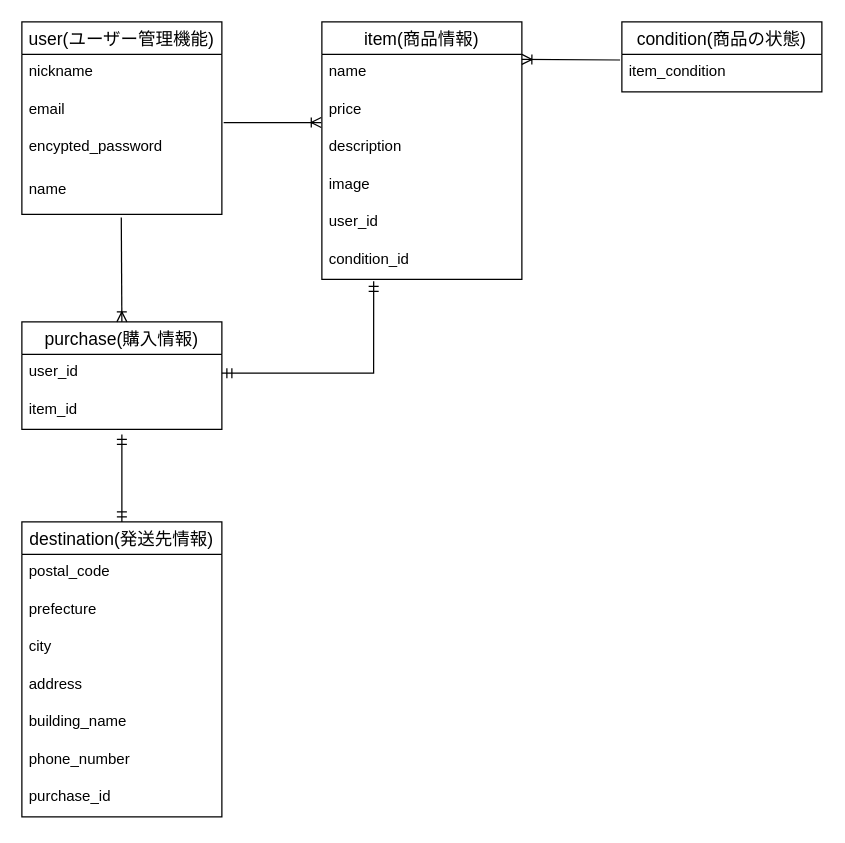
Earlier version of the draw.io diagram furima.dio (syunatsu/furima-37905). Source tidied: cells renumbered, new cells numbered last; positions are measured from the earlier drawing's top-left corner, leaving out a move shared by most shapes. Both pictures are drawn from the tidied source at 125%, with x=0, y=0 at pixel (21, 21).
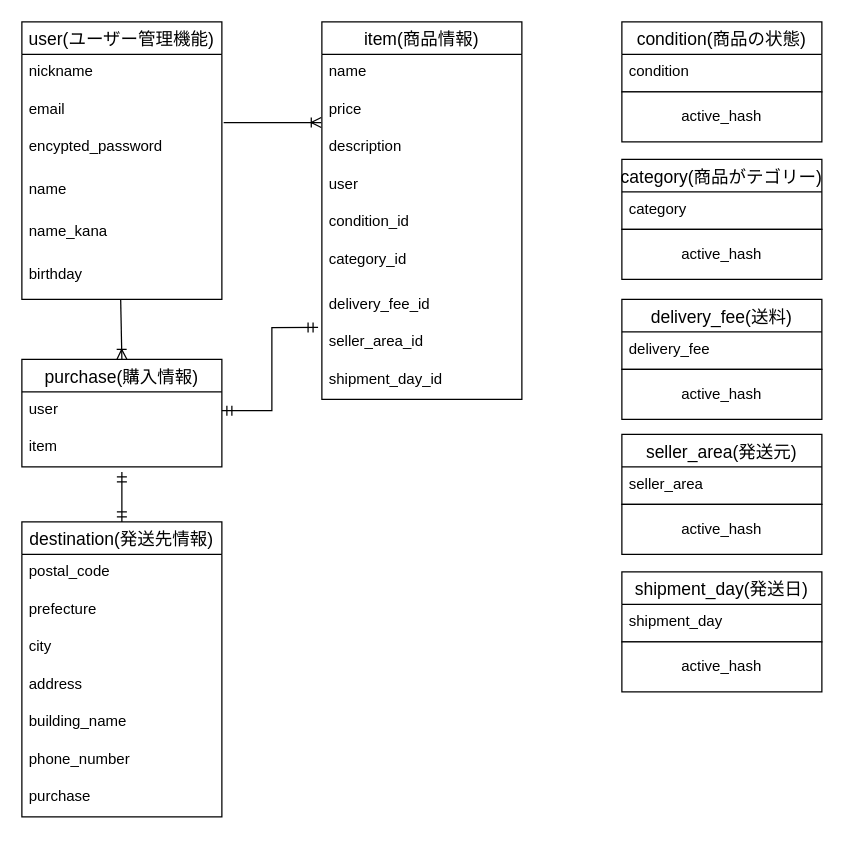
The same page after the edit.

Commit message (it also covers changes not shown here):
ER図及びREAD MEの修正

Unchanged cells that the change refers to:
```xml
<mxCell id="13" value="name" style="text;strokeColor=none;fillColor=none;spacingLeft=4;spacingRight=4;overflow=hidden;points=[[0,0.5],[1,0.5]];portConstraint=eastwest;fontSize=12;" parent="9" vertex="1">
  <mxGeometry y="120" width="160" height="34" as="geometry" />
</mxCell>
<mxCell id="19" value="destination(発送先情報)" style="swimlane;fontStyle=0;horizontal=1;startSize=26;align=center;fontSize=14;" parent="1" vertex="1">
  <mxGeometry y="400" width="160" height="236" as="geometry" />
</mxCell>
```

The edit, as a diff of the source:
```diff
@@
     <mxCell id="2" value="item(商品情報)" style="swimlane;fontStyle=0;horizontal=1;startSize=26;align=center;fontSize=14;" parent="1" vertex="1">
-      <mxGeometry x="240" width="160" height="206" as="geometry" />
+      <mxGeometry x="240" width="160" height="302" as="geometry" />
     </mxCell>
@@
-    <mxCell id="6" value="image" style="text;strokeColor=none;fillColor=none;spacingLeft=4;spacingRight=4;overflow=hidden;fontSize=12;" parent="2" vertex="1">
-      <mxGeometry y="116" width="160" height="30" as="geometry" />
-    </mxCell>
-    <mxCell id="7" value="user_id" style="text;strokeColor=none;fillColor=none;spacingLeft=4;spacingRight=4;overflow=hidden;fontSize=12;" parent="2" vertex="1">
-      <mxGeometry y="146" width="160" height="30" as="geometry" />
+    <mxCell id="7" value="user" style="text;strokeColor=none;fillColor=none;spacingLeft=4;spacingRight=4;overflow=hidden;fontSize=12;" parent="2" vertex="1">
+      <mxGeometry y="116" width="160" height="30" as="geometry" />
     </mxCell>
     <mxCell id="8" value="condition_id" style="text;strokeColor=none;fillColor=none;spacingLeft=4;spacingRight=4;overflow=hidden;points=[[0,0.5],[1,0.5]];portConstraint=eastwest;fontSize=12;" parent="2" vertex="1">
-      <mxGeometry y="176" width="160" height="30" as="geometry" />
+      <mxGeometry y="146" width="160" height="30" as="geometry" />
     </mxCell>
+    <mxCell id="32" value="category_id" style="text;strokeColor=none;fillColor=none;spacingLeft=4;spacingRight=4;overflow=hidden;fontSize=12;" parent="2" vertex="1">
+      <mxGeometry y="176" width="160" height="36" as="geometry" />
+    </mxCell>
+    <mxCell id="33" value="delivery_fee_id" style="text;strokeColor=none;fillColor=none;spacingLeft=4;spacingRight=4;overflow=hidden;fontSize=12;" parent="2" vertex="1">
+      <mxGeometry y="212" width="160" height="30" as="geometry" />
+    </mxCell>
+    <mxCell id="34" value="seller_area_id" style="text;strokeColor=none;fillColor=none;spacingLeft=4;spacingRight=4;overflow=hidden;points=[[0,0.5],[1,0.5]];portConstraint=eastwest;fontSize=12;" parent="2" vertex="1">
+      <mxGeometry y="242" width="160" height="30" as="geometry" />
+    </mxCell>
+    <mxCell id="35" value="shipment_day_id" style="text;strokeColor=none;fillColor=none;spacingLeft=4;spacingRight=4;overflow=hidden;fontSize=12;" parent="2" vertex="1">
+      <mxGeometry y="272" width="160" height="30" as="geometry" />
+    </mxCell>
     <mxCell id="9" value="user(ユーザー管理機能)" style="swimlane;fontStyle=0;horizontal=1;startSize=26;align=center;fontSize=14;" parent="1" vertex="1">
-      <mxGeometry width="160" height="154" as="geometry" />
+      <mxGeometry width="160" height="222" as="geometry" />
     </mxCell>
@@
-    <mxCell id="14" value="condition(商品の状態)" style="swimlane;fontStyle=0;horizontal=1;startSize=26;align=center;fontSize=14;" parent="1" vertex="1">
-      <mxGeometry x="480" width="160" height="56" as="geometry" />
-    </mxCell>
-    <mxCell id="15" value="item_condition" style="text;strokeColor=none;fillColor=none;spacingLeft=4;spacingRight=4;overflow=hidden;points=[[0,0.5],[1,0.5]];portConstraint=eastwest;fontSize=12;" parent="14" vertex="1">
-      <mxGeometry y="26" width="160" height="30" as="geometry" />
-    </mxCell>
+    <mxCell id="36" value="name_kana" style="text;strokeColor=none;fillColor=none;spacingLeft=4;spacingRight=4;overflow=hidden;fontSize=12;" parent="9" vertex="1">
+      <mxGeometry y="154" width="160" height="34" as="geometry" />
+    </mxCell>
+    <mxCell id="37" value="birthday" style="text;strokeColor=none;fillColor=none;spacingLeft=4;spacingRight=4;overflow=hidden;points=[[0,0.5],[1,0.5]];portConstraint=eastwest;fontSize=12;" parent="9" vertex="1">
+      <mxGeometry y="188" width="160" height="34" as="geometry" />
+    </mxCell>
     <mxCell id="16" value="purchase(購入情報)" style="swimlane;fontStyle=0;horizontal=1;startSize=26;align=center;fontSize=14;" parent="1" vertex="1">
-      <mxGeometry y="240" width="160" height="86" as="geometry" />
+      <mxGeometry y="270" width="160" height="86" as="geometry" />
     </mxCell>
-    <mxCell id="17" value="user_id" style="text;strokeColor=none;fillColor=none;spacingLeft=4;spacingRight=4;overflow=hidden;points=[[0,0.5],[1,0.5]];portConstraint=eastwest;fontSize=12;" parent="16" vertex="1">
+    <mxCell id="17" value="user" style="text;strokeColor=none;fillColor=none;spacingLeft=4;spacingRight=4;overflow=hidden;points=[[0,0.5],[1,0.5]];portConstraint=eastwest;fontSize=12;" parent="16" vertex="1">
       <mxGeometry y="26" width="160" height="30" as="geometry" />
     </mxCell>
-    <mxCell id="18" value="item_id" style="text;strokeColor=none;fillColor=none;spacingLeft=4;spacingRight=4;overflow=hidden;fontSize=12;" parent="16" vertex="1">
+    <mxCell id="18" value="item" style="text;strokeColor=none;fillColor=none;spacingLeft=4;spacingRight=4;overflow=hidden;fontSize=12;" parent="16" vertex="1">
       <mxGeometry y="56" width="160" height="30" as="geometry" />
     </mxCell>
@@
-    <mxCell id="26" value="purchase_id" style="text;strokeColor=none;fillColor=none;spacingLeft=4;spacingRight=4;overflow=hidden;fontSize=12;" parent="19" vertex="1">
+    <mxCell id="26" value="purchase" style="text;strokeColor=none;fillColor=none;spacingLeft=4;spacingRight=4;overflow=hidden;fontSize=12;" parent="19" vertex="1">
       <mxGeometry y="206" width="160" height="30" as="geometry" />
     </mxCell>
@@
-    <mxCell id="28" style="fontSize=12;html=1;endArrow=ERoneToMany;exitX=-0.009;exitY=0.15;exitDx=0;exitDy=0;exitPerimeter=0;endFill=0;" parent="1" edge="1" source="15">
-      <mxGeometry relative="1" as="geometry">
-        <mxPoint x="400" y="30" as="targetPoint" />
-      </mxGeometry>
-    </mxCell>
-    <mxCell id="29" style="edgeStyle=orthogonalEdgeStyle;fontSize=12;html=1;endArrow=ERmandOne;startArrow=ERmandOne;exitX=1;exitY=0.5;exitDx=0;exitDy=0;entryX=0.259;entryY=1.05;entryDx=0;entryDy=0;entryPerimeter=0;rounded=0;" parent="1" edge="1" source="17" target="8">
+    <mxCell id="29" style="edgeStyle=orthogonalEdgeStyle;fontSize=12;html=1;endArrow=ERmandOne;startArrow=ERmandOne;exitX=1;exitY=0.5;exitDx=0;exitDy=0;rounded=0;entryX=-0.019;entryY=0.083;entryDx=0;entryDy=0;entryPerimeter=0;" parent="1" edge="1" source="17" target="34">
       <mxGeometry relative="1" as="geometry">
         <Array as="points">
-          <mxPoint x="281" y="281" />
+          <mxPoint x="200" y="311" />
+          <mxPoint x="200" y="245" />
         </Array>
       </mxGeometry>
     </mxCell>
-    <mxCell id="30" style="fontSize=12;html=1;endArrow=ERoneToMany;rounded=0;exitX=0.497;exitY=1.074;exitDx=0;exitDy=0;exitPerimeter=0;entryX=0.5;entryY=0;entryDx=0;entryDy=0;" parent="1" edge="1" source="13" target="16">
+    <mxCell id="30" style="fontSize=12;html=1;endArrow=ERoneToMany;rounded=0;entryX=0.5;entryY=0;entryDx=0;entryDy=0;exitX=0.494;exitY=1;exitDx=0;exitDy=0;exitPerimeter=0;" parent="1" edge="1" source="37" target="16">
       <mxGeometry relative="1" as="geometry" />
     </mxCell>
     <mxCell id="31" style="fontSize=12;html=1;endArrow=ERmandOne;startArrow=ERmandOne;rounded=0;entryX=0.5;entryY=0;entryDx=0;entryDy=0;" parent="1" edge="1" target="19">
       <mxGeometry relative="1" as="geometry">
-        <mxPoint x="80" y="330" as="sourcePoint" />
+        <mxPoint x="80" y="360" as="sourcePoint" />
       </mxGeometry>
     </mxCell>
+    <mxCell id="38" style="group;" parent="1" vertex="1">
+      <mxGeometry x="480" width="160" height="96" as="geometry" />
+    </mxCell>
+    <mxCell id="14" value="condition(商品の状態)" style="swimlane;fontStyle=0;horizontal=1;startSize=26;align=center;fontSize=14;" parent="38" vertex="1">
+      <mxGeometry width="160" height="56" as="geometry" />
+    </mxCell>
+    <mxCell id="15" value="condition" style="text;strokeColor=none;fillColor=none;spacingLeft=4;spacingRight=4;overflow=hidden;points=[[0,0.5],[1,0.5]];portConstraint=eastwest;fontSize=12;" parent="14" vertex="1">
+      <mxGeometry y="26" width="160" height="30" as="geometry" />
+    </mxCell>
+    <mxCell id="39" value="active_hash" style="whiteSpace=wrap;html=1;align=center;" parent="38" vertex="1">
+      <mxGeometry y="56" width="160" height="40" as="geometry" />
+    </mxCell>
+    <mxCell id="40" style="group;" parent="1" vertex="1">
+      <mxGeometry x="480" y="110" width="160" height="96" as="geometry" />
+    </mxCell>
+    <mxCell id="41" value="category(商品がテゴリー)" style="swimlane;fontStyle=0;horizontal=1;startSize=26;align=center;fontSize=14;" parent="40" vertex="1">
+      <mxGeometry width="160" height="56" as="geometry" />
+    </mxCell>
+    <mxCell id="42" value="category" style="text;strokeColor=none;fillColor=none;spacingLeft=4;spacingRight=4;overflow=hidden;fontSize=12;" parent="41" vertex="1">
+      <mxGeometry y="26" width="160" height="30" as="geometry" />
+    </mxCell>
+    <mxCell id="43" value="active_hash" style="whiteSpace=wrap;html=1;align=center;" parent="40" vertex="1">
+      <mxGeometry y="56" width="160" height="40" as="geometry" />
+    </mxCell>
+    <mxCell id="44" style="group;" parent="1" vertex="1">
+      <mxGeometry x="480" y="222" width="160" height="96" as="geometry" />
+    </mxCell>
+    <mxCell id="45" value="delivery_fee(送料)" style="swimlane;fontStyle=0;horizontal=1;startSize=26;align=center;fontSize=14;" parent="44" vertex="1">
+      <mxGeometry width="160" height="56" as="geometry" />
+    </mxCell>
+    <mxCell id="46" value="delivery_fee" style="text;strokeColor=none;fillColor=none;spacingLeft=4;spacingRight=4;overflow=hidden;fontSize=12;" parent="45" vertex="1">
+      <mxGeometry y="26" width="160" height="30" as="geometry" />
+    </mxCell>
+    <mxCell id="47" value="active_hash" style="whiteSpace=wrap;html=1;align=center;" parent="44" vertex="1">
+      <mxGeometry y="56" width="160" height="40" as="geometry" />
+    </mxCell>
+    <mxCell id="48" style="group;" parent="1" vertex="1">
+      <mxGeometry x="480" y="330" width="160" height="96" as="geometry" />
+    </mxCell>
+    <mxCell id="49" value="seller_area(発送元)" style="swimlane;fontStyle=0;horizontal=1;startSize=26;align=center;fontSize=14;" parent="48" vertex="1">
+      <mxGeometry width="160" height="56" as="geometry" />
+    </mxCell>
+    <mxCell id="50" value="seller_area" style="text;strokeColor=none;fillColor=none;spacingLeft=4;spacingRight=4;overflow=hidden;fontSize=12;" parent="49" vertex="1">
+      <mxGeometry y="26" width="160" height="30" as="geometry" />
+    </mxCell>
+    <mxCell id="51" value="active_hash" style="whiteSpace=wrap;html=1;align=center;" parent="48" vertex="1">
+      <mxGeometry y="56" width="160" height="40" as="geometry" />
+    </mxCell>
+    <mxCell id="52" style="group;" parent="1" vertex="1">
+      <mxGeometry x="480" y="440" width="160" height="96" as="geometry" />
+    </mxCell>
+    <mxCell id="53" value="shipment_day(発送日)" style="swimlane;fontStyle=0;horizontal=1;startSize=26;align=center;fontSize=14;" parent="52" vertex="1">
+      <mxGeometry width="160" height="56" as="geometry" />
+    </mxCell>
+    <mxCell id="54" value="shipment_day" style="text;strokeColor=none;fillColor=none;spacingLeft=4;spacingRight=4;overflow=hidden;fontSize=12;" parent="53" vertex="1">
+      <mxGeometry y="26" width="160" height="30" as="geometry" />
+    </mxCell>
+    <mxCell id="55" value="active_hash" style="whiteSpace=wrap;html=1;align=center;" parent="52" vertex="1">
+      <mxGeometry y="56" width="160" height="40" as="geometry" />
+    </mxCell>
```
